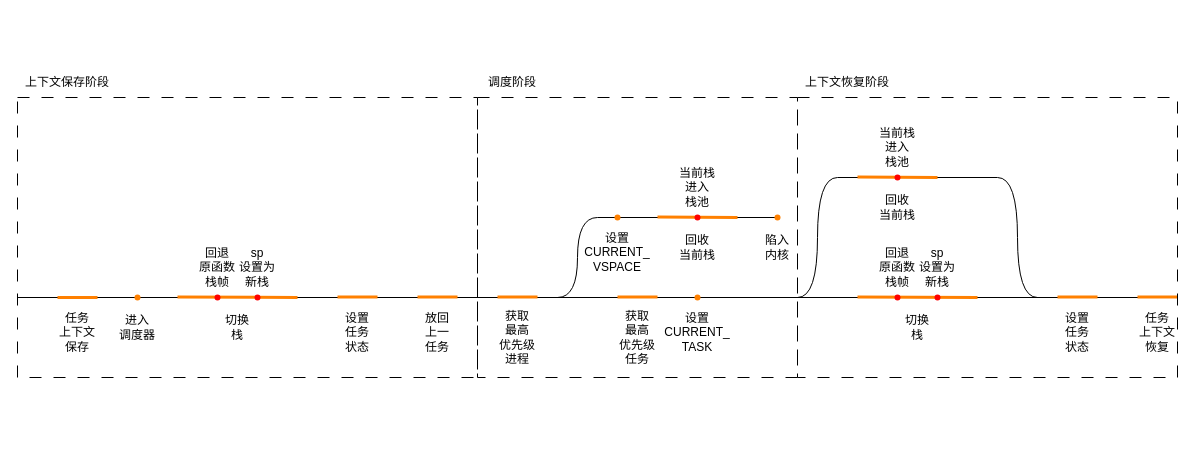
Earlier version of the draw.io diagram 26.10.21~26.10.27/时间维度分析.drawio (rosy233333/weekly-progress). Source tidied: cells renumbered, new cells numbered last; positions are measured from the earlier drawing's top-left corner, leaving out a move shared by most shapes. Both pictures are drawn from the tidied source at 100%, with x=0, y=0 at pixel (17, 67).
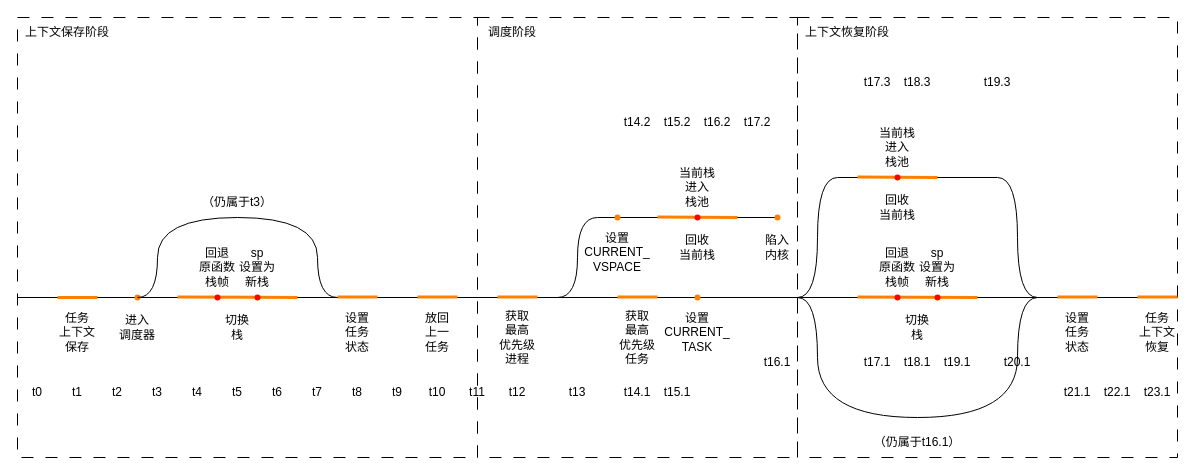
The same diagram, later.

Unchanged cells that the change refers to:
```xml
<mxCell id="9" style="shape=waypoint;sketch=0;fillStyle=solid;size=6;points=[];fillColor=#dae8fc;perimeter=centerPerimeter;snapToPoint=1;strokeColor=#FF8000;" parent="1" vertex="1">
  <mxGeometry x="110" y="220" width="20" height="20" as="geometry" />
</mxCell>
```

What changed in the source:
```diff
@@
+    <mxCell id="54" style="rounded=0;whiteSpace=wrap;html=1;fillColor=none;dashed=1;dashPattern=12 12;" parent="1" vertex="1">
+      <mxGeometry x="780" y="-50" width="380" height="440" as="geometry" />
+    </mxCell>
@@
     <mxCell id="3" style="rounded=0;whiteSpace=wrap;html=1;fillColor=none;dashed=1;dashPattern=12 12;" parent="1" vertex="1">
-      <mxGeometry y="30" width="460" height="280" as="geometry" />
+      <mxGeometry y="-50" width="460" height="440" as="geometry" />
     </mxCell>
     <mxCell id="4" style="rounded=0;whiteSpace=wrap;html=1;fillColor=none;dashed=1;dashPattern=12 12;" parent="1" vertex="1">
-      <mxGeometry x="460" y="30" width="320" height="280" as="geometry" />
+      <mxGeometry x="460" y="-50" width="320" height="440" as="geometry" />
     </mxCell>
@@
     <mxCell id="35" value="上下文保存阶段" style="text;html=1;whiteSpace=wrap;strokeColor=none;fillColor=none;align=center;verticalAlign=middle;rounded=0;" parent="1" vertex="1">
-      <mxGeometry width="100" height="30" as="geometry" />
+      <mxGeometry y="-50" width="100" height="30" as="geometry" />
     </mxCell>
     <mxCell id="36" value="调度阶段" style="text;html=1;whiteSpace=wrap;strokeColor=none;fillColor=none;align=center;verticalAlign=middle;rounded=0;" parent="1" vertex="1">
-      <mxGeometry x="460" width="70" height="30" as="geometry" />
+      <mxGeometry x="460" y="-50" width="70" height="30" as="geometry" />
     </mxCell>
@@
-    <mxCell id="54" style="rounded=0;whiteSpace=wrap;html=1;fillColor=none;dashed=1;dashPattern=12 12;" parent="1" vertex="1">
-      <mxGeometry x="780" y="30" width="380" height="280" as="geometry" />
-    </mxCell>
     <mxCell id="55" value="上下文恢复阶段" style="text;html=1;whiteSpace=wrap;strokeColor=none;fillColor=none;align=center;verticalAlign=middle;rounded=0;" parent="1" vertex="1">
-      <mxGeometry x="780" width="100" height="30" as="geometry" />
+      <mxGeometry x="780" y="-50" width="100" height="30" as="geometry" />
     </mxCell>
+    <mxCell id="56" value="t0" style="text;html=1;whiteSpace=wrap;strokeColor=none;fillColor=none;align=center;verticalAlign=middle;rounded=0;" parent="1" vertex="1">
+      <mxGeometry y="310" width="40" height="30" as="geometry" />
+    </mxCell>
+    <mxCell id="57" value="t1" style="text;html=1;whiteSpace=wrap;strokeColor=none;fillColor=none;align=center;verticalAlign=middle;rounded=0;" parent="1" vertex="1">
+      <mxGeometry x="40" y="310" width="40" height="30" as="geometry" />
+    </mxCell>
+    <mxCell id="58" value="t2" style="text;html=1;whiteSpace=wrap;strokeColor=none;fillColor=none;align=center;verticalAlign=middle;rounded=0;" parent="1" vertex="1">
+      <mxGeometry x="80" y="310" width="40" height="30" as="geometry" />
+    </mxCell>
+    <mxCell id="59" value="t3" style="text;html=1;whiteSpace=wrap;strokeColor=none;fillColor=none;align=center;verticalAlign=middle;rounded=0;" parent="1" vertex="1">
+      <mxGeometry x="120" y="310" width="40" height="30" as="geometry" />
+    </mxCell>
+    <mxCell id="60" value="t4" style="text;html=1;whiteSpace=wrap;strokeColor=none;fillColor=none;align=center;verticalAlign=middle;rounded=0;" parent="1" vertex="1">
+      <mxGeometry x="160" y="310" width="40" height="30" as="geometry" />
+    </mxCell>
+    <mxCell id="61" value="t5" style="text;html=1;whiteSpace=wrap;strokeColor=none;fillColor=none;align=center;verticalAlign=middle;rounded=0;" parent="1" vertex="1">
+      <mxGeometry x="200" y="310" width="40" height="30" as="geometry" />
+    </mxCell>
+    <mxCell id="62" value="t6" style="text;html=1;whiteSpace=wrap;strokeColor=none;fillColor=none;align=center;verticalAlign=middle;rounded=0;" parent="1" vertex="1">
+      <mxGeometry x="240" y="310" width="40" height="30" as="geometry" />
+    </mxCell>
+    <mxCell id="63" value="t7" style="text;html=1;whiteSpace=wrap;strokeColor=none;fillColor=none;align=center;verticalAlign=middle;rounded=0;" parent="1" vertex="1">
+      <mxGeometry x="280" y="310" width="40" height="30" as="geometry" />
+    </mxCell>
+    <mxCell id="64" value="t8" style="text;html=1;whiteSpace=wrap;strokeColor=none;fillColor=none;align=center;verticalAlign=middle;rounded=0;" parent="1" vertex="1">
+      <mxGeometry x="320" y="310" width="40" height="30" as="geometry" />
+    </mxCell>
+    <mxCell id="65" value="t9" style="text;html=1;whiteSpace=wrap;strokeColor=none;fillColor=none;align=center;verticalAlign=middle;rounded=0;" parent="1" vertex="1">
+      <mxGeometry x="360" y="310" width="40" height="30" as="geometry" />
+    </mxCell>
+    <mxCell id="66" value="t10" style="text;html=1;whiteSpace=wrap;strokeColor=none;fillColor=none;align=center;verticalAlign=middle;rounded=0;" parent="1" vertex="1">
+      <mxGeometry x="400" y="310" width="40" height="30" as="geometry" />
+    </mxCell>
+    <mxCell id="67" value="t11" style="text;html=1;whiteSpace=wrap;strokeColor=none;fillColor=none;align=center;verticalAlign=middle;rounded=0;" parent="1" vertex="1">
+      <mxGeometry x="440" y="310" width="40" height="30" as="geometry" />
+    </mxCell>
+    <mxCell id="68" value="t12" style="text;html=1;whiteSpace=wrap;strokeColor=none;fillColor=none;align=center;verticalAlign=middle;rounded=0;" parent="1" vertex="1">
+      <mxGeometry x="480" y="310" width="40" height="30" as="geometry" />
+    </mxCell>
+    <mxCell id="69" value="t13" style="text;html=1;whiteSpace=wrap;strokeColor=none;fillColor=none;align=center;verticalAlign=middle;rounded=0;" parent="1" vertex="1">
+      <mxGeometry x="520" y="310" width="80" height="30" as="geometry" />
+    </mxCell>
+    <mxCell id="70" value="t14.1" style="text;html=1;whiteSpace=wrap;strokeColor=none;fillColor=none;align=center;verticalAlign=middle;rounded=0;" parent="1" vertex="1">
+      <mxGeometry x="600" y="310" width="40" height="30" as="geometry" />
+    </mxCell>
+    <mxCell id="71" value="t15.1" style="text;html=1;whiteSpace=wrap;strokeColor=none;fillColor=none;align=center;verticalAlign=middle;rounded=0;" parent="1" vertex="1">
+      <mxGeometry x="640" y="310" width="40" height="30" as="geometry" />
+    </mxCell>
+    <mxCell id="72" value="t16.1" style="text;html=1;whiteSpace=wrap;strokeColor=none;fillColor=none;align=center;verticalAlign=middle;rounded=0;" parent="1" vertex="1">
+      <mxGeometry x="680" y="280" width="160" height="30" as="geometry" />
+    </mxCell>
+    <mxCell id="73" value="t17.1" style="text;html=1;whiteSpace=wrap;strokeColor=none;fillColor=none;align=center;verticalAlign=middle;rounded=0;" parent="1" vertex="1">
+      <mxGeometry x="840" y="280" width="40" height="30" as="geometry" />
+    </mxCell>
+    <mxCell id="74" value="t18.1" style="text;html=1;whiteSpace=wrap;strokeColor=none;fillColor=none;align=center;verticalAlign=middle;rounded=0;" parent="1" vertex="1">
+      <mxGeometry x="880" y="280" width="40" height="30" as="geometry" />
+    </mxCell>
+    <mxCell id="75" value="t19.1" style="text;html=1;whiteSpace=wrap;strokeColor=none;fillColor=none;align=center;verticalAlign=middle;rounded=0;" parent="1" vertex="1">
+      <mxGeometry x="920" y="280" width="40" height="30" as="geometry" />
+    </mxCell>
+    <mxCell id="76" value="t20.1" style="text;html=1;whiteSpace=wrap;strokeColor=none;fillColor=none;align=center;verticalAlign=middle;rounded=0;" parent="1" vertex="1">
+      <mxGeometry x="960" y="280" width="80" height="30" as="geometry" />
+    </mxCell>
+    <mxCell id="77" value="t21.1" style="text;html=1;whiteSpace=wrap;strokeColor=none;fillColor=none;align=center;verticalAlign=middle;rounded=0;" parent="1" vertex="1">
+      <mxGeometry x="1040" y="310" width="40" height="30" as="geometry" />
+    </mxCell>
+    <mxCell id="78" value="t22.1" style="text;html=1;whiteSpace=wrap;strokeColor=none;fillColor=none;align=center;verticalAlign=middle;rounded=0;" parent="1" vertex="1">
+      <mxGeometry x="1080" y="310" width="40" height="30" as="geometry" />
+    </mxCell>
+    <mxCell id="79" value="t23.1" style="text;html=1;whiteSpace=wrap;strokeColor=none;fillColor=none;align=center;verticalAlign=middle;rounded=0;" parent="1" vertex="1">
+      <mxGeometry x="1120" y="310" width="40" height="30" as="geometry" />
+    </mxCell>
+    <mxCell id="80" value="t14.2" style="text;html=1;whiteSpace=wrap;strokeColor=none;fillColor=none;align=center;verticalAlign=middle;rounded=0;" parent="1" vertex="1">
+      <mxGeometry x="600" y="40" width="40" height="30" as="geometry" />
+    </mxCell>
+    <mxCell id="81" value="t15.2" style="text;html=1;whiteSpace=wrap;strokeColor=none;fillColor=none;align=center;verticalAlign=middle;rounded=0;" parent="1" vertex="1">
+      <mxGeometry x="640" y="40" width="40" height="30" as="geometry" />
+    </mxCell>
+    <mxCell id="82" value="t16.2" style="text;html=1;whiteSpace=wrap;strokeColor=none;fillColor=none;align=center;verticalAlign=middle;rounded=0;" parent="1" vertex="1">
+      <mxGeometry x="680" y="40" width="40" height="30" as="geometry" />
+    </mxCell>
+    <mxCell id="83" value="t17.2" style="text;html=1;whiteSpace=wrap;strokeColor=none;fillColor=none;align=center;verticalAlign=middle;rounded=0;" parent="1" vertex="1">
+      <mxGeometry x="720" y="40" width="40" height="30" as="geometry" />
+    </mxCell>
+    <mxCell id="84" value="t17.3" style="text;html=1;whiteSpace=wrap;strokeColor=none;fillColor=none;align=center;verticalAlign=middle;rounded=0;" parent="1" vertex="1">
+      <mxGeometry x="840" width="40" height="30" as="geometry" />
+    </mxCell>
+    <mxCell id="85" value="t18.3" style="text;html=1;whiteSpace=wrap;strokeColor=none;fillColor=none;align=center;verticalAlign=middle;rounded=0;" parent="1" vertex="1">
+      <mxGeometry x="880" width="40" height="30" as="geometry" />
+    </mxCell>
+    <mxCell id="86" value="t19.3" style="text;html=1;whiteSpace=wrap;strokeColor=none;fillColor=none;align=center;verticalAlign=middle;rounded=0;" parent="1" vertex="1">
+      <mxGeometry x="920" width="120" height="30" as="geometry" />
+    </mxCell>
+    <mxCell id="87" style="endArrow=none;html=1;edgeStyle=orthogonalEdgeStyle;curved=1;curveGeometry=1;" parent="1" edge="1">
+      <mxGeometry relative="1" as="geometry">
+        <mxPoint x="780" y="230" as="sourcePoint" />
+        <mxPoint x="1020" y="230" as="targetPoint" />
+        <Array as="points">
+          <mxPoint x="800" y="230" />
+          <mxPoint x="800" y="350" />
+          <mxPoint x="1000" y="350" />
+          <mxPoint x="1000" y="230" />
+        </Array>
+      </mxGeometry>
+    </mxCell>
+    <mxCell id="88" value="（仍属于t16.1）" style="text;html=1;whiteSpace=wrap;strokeColor=none;fillColor=none;align=center;verticalAlign=middle;rounded=0;" parent="1" vertex="1">
+      <mxGeometry x="780" y="360" width="240" height="30" as="geometry" />
+    </mxCell>
+    <mxCell id="89" style="endArrow=none;html=1;edgeStyle=orthogonalEdgeStyle;curved=1;curveGeometry=1;" parent="1" edge="1" source="9">
+      <mxGeometry relative="1" as="geometry">
+        <mxPoint x="320" y="230" as="targetPoint" />
+        <Array as="points">
+          <mxPoint x="140" y="230" />
+          <mxPoint x="140" y="150" />
+          <mxPoint x="300" y="150" />
+          <mxPoint x="300" y="230" />
+        </Array>
+      </mxGeometry>
+    </mxCell>
+    <mxCell id="90" value="（仍属于t3）" style="text;html=1;whiteSpace=wrap;strokeColor=none;fillColor=none;align=center;verticalAlign=middle;rounded=0;" parent="1" vertex="1">
+      <mxGeometry x="120" y="120" width="200" height="30" as="geometry" />
+    </mxCell>
```
